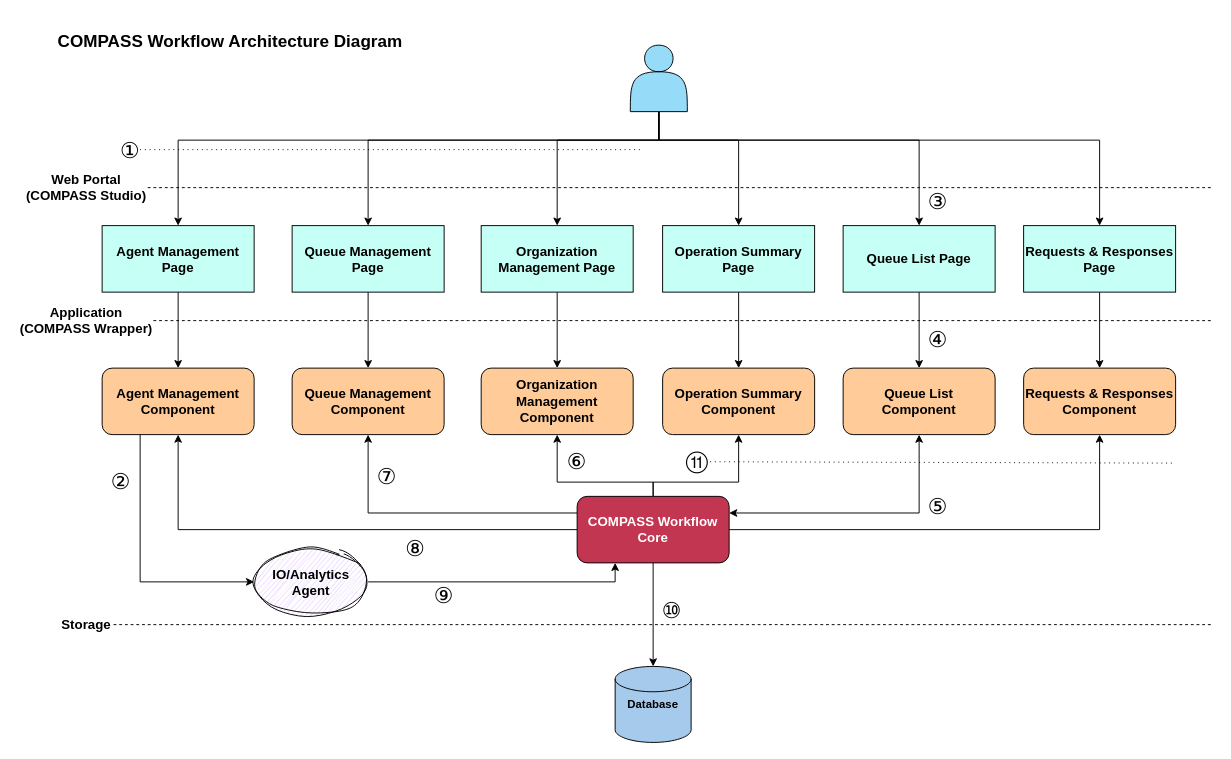
Above: Untitled Diagram.drawio in Linsexit/Inter_te-Lin (draw.io), before the change. Source tidied: cells renumbered, new cells numbered last; positions are measured from the earlier drawing's top-left corner, leaving out a move shared by most shapes. Both pictures are drawn from the tidied source at 95%, with x=0, y=0 at pixel (16, 16).
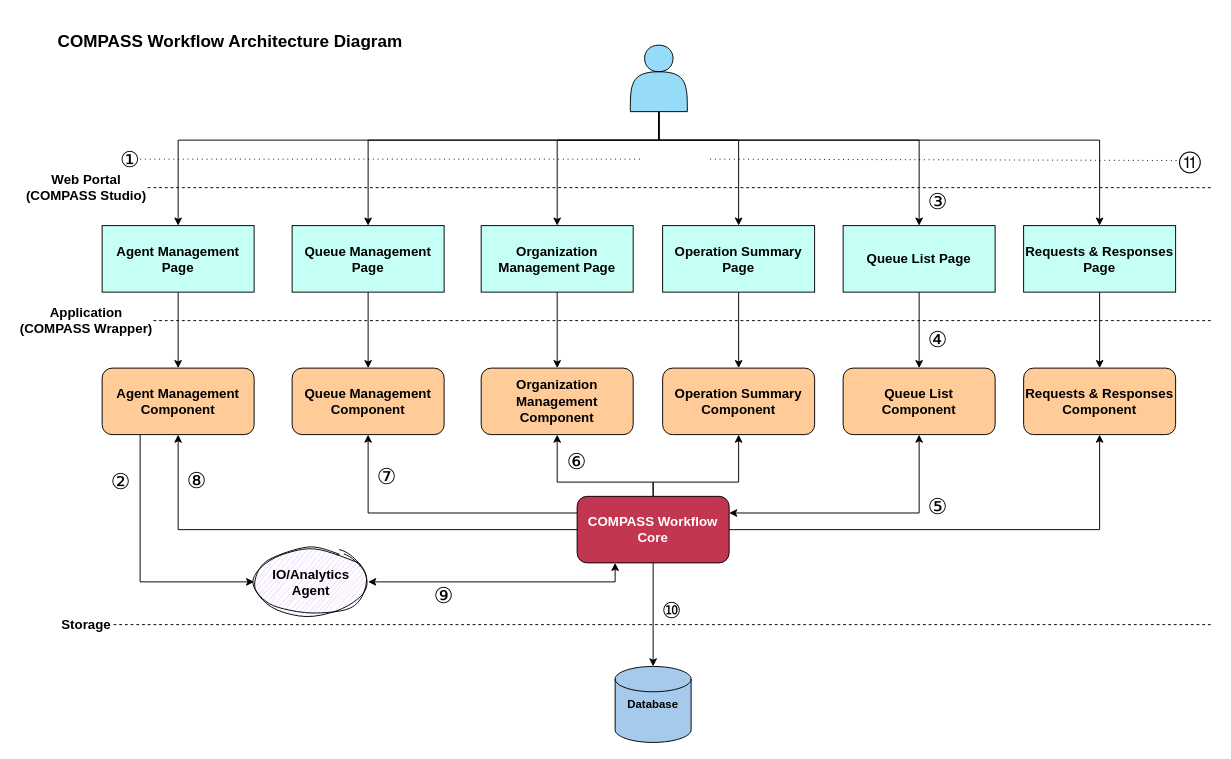
The same diagram, later.

Unchanged cells that the change refers to:
```xml
<mxCell id="24" value="&lt;b style=&quot;&quot;&gt;&lt;font style=&quot;font-size: 14px;&quot;&gt;COMPASS Workflow Core&lt;/font&gt;&lt;/b&gt;" style="rounded=1;whiteSpace=wrap;html=1;fillColor=#C33651;fontColor=#FFFFFF;" parent="1" vertex="1">
  <mxGeometry x="590" y="505" width="160" height="70" as="geometry" />
</mxCell>
<mxCell id="29" value="&lt;b style=&quot;&quot;&gt;&lt;font style=&quot;font-size: 14px;&quot;&gt;IO/Analytics Agent&lt;/font&gt;&lt;/b&gt;" style="ellipse;whiteSpace=wrap;html=1;sketch=1;curveFitting=1;jiggle=2;fillColor=#E5CCFF;" parent="1" vertex="1">
  <mxGeometry x="250" y="560" width="120" height="70" as="geometry" />
</mxCell>
```

Change to the diagram source:
```diff
@@
-    <mxCell id="28" style="edgeStyle=orthogonalEdgeStyle;rounded=0;jettySize=auto;html=1;exitX=1;exitY=0.5;exitDx=0;exitDy=0;entryX=0.25;entryY=1;entryDx=0;entryDy=0;" parent="1" edge="1" source="29" target="24">
+    <mxCell id="28" style="edgeStyle=orthogonalEdgeStyle;rounded=0;jettySize=auto;html=1;exitX=1;exitY=0.5;exitDx=0;exitDy=0;entryX=0.25;entryY=1;entryDx=0;entryDy=0;startArrow=classic;startFill=1;" parent="1" edge="1" source="29" target="24">
       <mxGeometry relative="1" as="geometry" />
     </mxCell>
@@
     <mxCell id="30" style="endArrow=none;dashed=1;html=1;rounded=0;startSize=16;endSize=15;dashPattern=1 4;" parent="1" edge="1">
       <mxGeometry relative="1" as="geometry">
-        <mxPoint x="110" y="140" as="sourcePoint" />
-        <mxPoint x="660" y="140" as="targetPoint" />
+        <mxPoint x="110" y="150" as="sourcePoint" />
+        <mxPoint x="660" y="150" as="targetPoint" />
       </mxGeometry>
     </mxCell>
@@
     <mxCell id="40" value="&lt;font&gt;⑧&lt;/font&gt;" style="text;html=1;whiteSpace=wrap;strokeColor=none;fillColor=none;align=center;verticalAlign=middle;rounded=0;fontSize=23;" parent="1" vertex="1">
-      <mxGeometry x="390" y="545" width="60" height="30" as="geometry" />
+      <mxGeometry x="160" y="474" width="60" height="30" as="geometry" />
     </mxCell>
     <mxCell id="41" style="endArrow=none;dashed=1;html=1;rounded=0;dashPattern=1 4;" parent="1" edge="1">
       <mxGeometry relative="1" as="geometry">
-        <mxPoint x="710" y="468.5" as="sourcePoint" />
-        <mxPoint x="1220" y="470" as="targetPoint" />
+        <mxPoint x="730" y="150" as="sourcePoint" />
+        <mxPoint x="1240" y="151.5" as="targetPoint" />
       </mxGeometry>
     </mxCell>
     <mxCell id="42" value="&lt;span style=&quot;font-size: 23px; white-space: pre-wrap;&quot;&gt;⑪&lt;/span&gt;" style="edgeLabel;html=1;align=center;verticalAlign=middle;" parent="41" vertex="1">
-      <mxGeometry x="-0.98" y="1" relative="1" as="geometry" />
+      <mxGeometry x="0.98" relative="1" as="geometry" />
     </mxCell>
```
